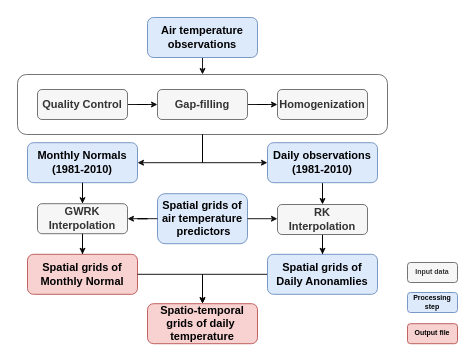
Earlier version of the draw.io diagram PISCOt_diagram.drawio (adrHuerta/diagrams). Source tidied: cells renumbered, new cells numbered last; positions are measured from the earlier drawing's top-left corner, leaving out a move shared by most shapes. Both pictures are drawn from the tidied source at 100%, with x=0, y=0 at pixel (17, 17).
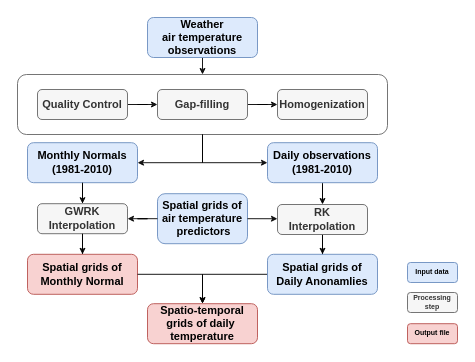
Above is the later version.

What changed in the source:
```diff
@@
-    <mxCell id="2" value="Input data" style="rounded=1;whiteSpace=wrap;html=1;fillColor=#f5f5f5;opacity=90;fontSize=7;strokeColor=#666666;fontColor=#333333;fontStyle=1;" parent="1" vertex="1">
+    <mxCell id="2" value="Input data" style="rounded=1;whiteSpace=wrap;html=1;fillColor=#dae8fc;opacity=90;fontSize=7;strokeColor=#6c8ebf;fontStyle=1;" parent="1" vertex="1">
       <mxGeometry x="390" y="245" width="50" height="20" as="geometry" />
     </mxCell>
-    <mxCell id="3" value="Processing step" style="rounded=1;whiteSpace=wrap;html=1;fillColor=#dae8fc;opacity=90;fontSize=7;strokeColor=#6c8ebf;fontStyle=1;" parent="1" vertex="1">
+    <mxCell id="3" value="Processing step" style="rounded=1;whiteSpace=wrap;html=1;fillColor=#f5f5f5;opacity=90;fontSize=7;strokeColor=#666666;fontStyle=1;fontColor=#333333;" parent="1" vertex="1">
       <mxGeometry x="390" y="275" width="50" height="20" as="geometry" />
     </mxCell>
@@
-    <mxCell id="7" value="Air temperature observations" style="rounded=1;whiteSpace=wrap;html=1;fontSize=11;fontFamily=Helvetica;fontStyle=1;fillColor=#dae8fc;strokeColor=#6c8ebf;opacity=90;" parent="1" vertex="1">
+    <mxCell id="7" value="Weather &lt;br&gt;air temperature observations" style="rounded=1;whiteSpace=wrap;html=1;fontSize=11;fontFamily=Helvetica;fontStyle=1;fillColor=#dae8fc;strokeColor=#6c8ebf;opacity=90;" parent="1" vertex="1">
       <mxGeometry x="130" width="110" height="40" as="geometry" />
     </mxCell>
```
